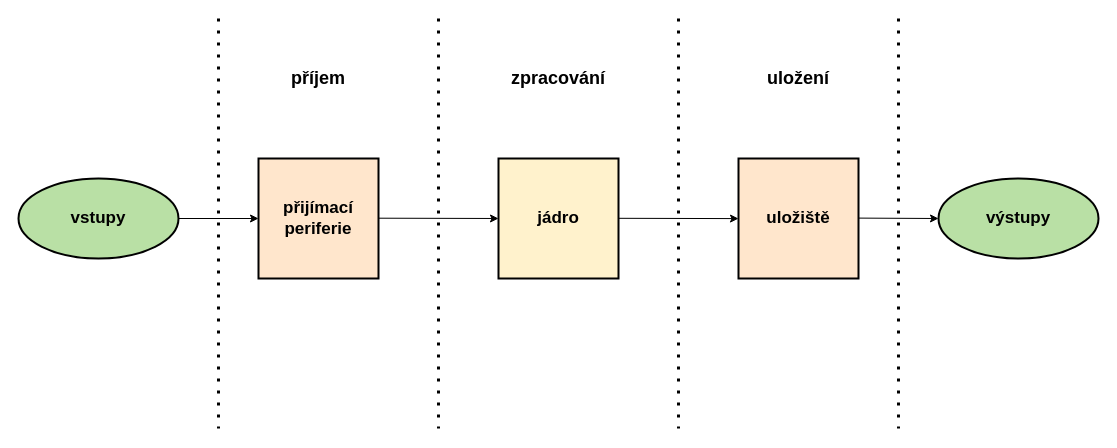
Above: diagrams/common_digital_datalogger_scheme/common_digital_datalogger_scheme.drawio in Doly02/thesis (draw.io), before the change. Source tidied: cells renumbered, new cells numbered last; positions are measured from the earlier drawing's top-left corner, leaving out a move shared by most shapes. Both pictures are drawn from the tidied source at 100%, with x=0, y=0 at pixel (18, 18).
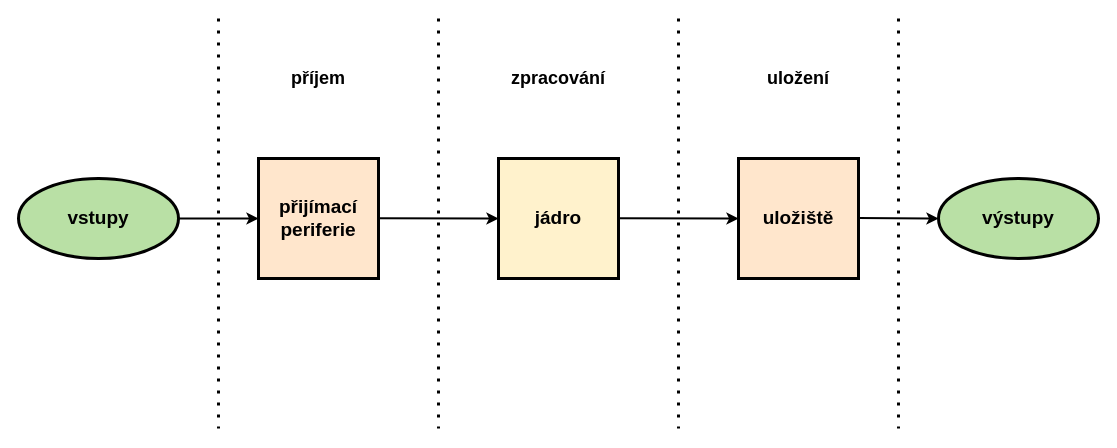
The same diagram, later.

What changed in the source:
```diff
@@
-    <mxCell id="2" style="ellipse;whiteSpace=wrap;html=1;fillColor=#B9E0A5;strokeColor=#000000;strokeWidth=2;" parent="1" vertex="1">
+    <mxCell id="2" style="ellipse;whiteSpace=wrap;html=1;fillColor=#B9E0A5;strokeColor=#000000;strokeWidth=3;" parent="1" vertex="1">
       <mxGeometry y="160" width="160" height="80" as="geometry" />
     </mxCell>
-    <mxCell id="3" value="&lt;font style=&quot;font-size: 17px;&quot;&gt;&lt;b style=&quot;&quot;&gt;vstupy&lt;/b&gt;&lt;/font&gt;" style="text;html=1;align=center;verticalAlign=middle;whiteSpace=wrap;rounded=0;" parent="1" vertex="1">
+    <mxCell id="3" value="&lt;font style=&quot;font-size: 19px;&quot;&gt;&lt;b style=&quot;&quot;&gt;vstupy&lt;/b&gt;&lt;/font&gt;" style="text;html=1;align=center;verticalAlign=middle;whiteSpace=wrap;rounded=0;" parent="1" vertex="1">
       <mxGeometry x="40" y="180" width="80" height="40" as="geometry" />
     </mxCell>
-    <mxCell id="4" style="rounded=0;whiteSpace=wrap;html=1;fillColor=#ffe6cc;strokeColor=#000000;strokeWidth=2;" parent="1" vertex="1">
+    <mxCell id="4" style="rounded=0;whiteSpace=wrap;html=1;fillColor=#ffe6cc;strokeColor=#000000;strokeWidth=3;" parent="1" vertex="1">
       <mxGeometry x="240" y="140" width="120" height="120" as="geometry" />
     </mxCell>
-    <mxCell id="5" value="&lt;b&gt;&lt;font style=&quot;font-size: 17px;&quot;&gt;přijímací&lt;/font&gt;&lt;/b&gt;&lt;div&gt;&lt;span style=&quot;background-color: transparent; color: light-dark(rgb(0, 0, 0), rgb(255, 255, 255));&quot;&gt;&lt;b&gt;&lt;font style=&quot;font-size: 17px;&quot;&gt;periferie&lt;/font&gt;&lt;/b&gt;&lt;/span&gt;&lt;/div&gt;" style="text;html=1;align=center;verticalAlign=middle;whiteSpace=wrap;rounded=0;" parent="1" vertex="1">
+    <mxCell id="5" value="&lt;b&gt;&lt;font style=&quot;font-size: 19px;&quot;&gt;přijímací&lt;/font&gt;&lt;/b&gt;&lt;div&gt;&lt;span style=&quot;background-color: transparent; color: light-dark(rgb(0, 0, 0), rgb(255, 255, 255));&quot;&gt;&lt;b&gt;&lt;font style=&quot;font-size: 19px;&quot;&gt;periferie&lt;/font&gt;&lt;/b&gt;&lt;/span&gt;&lt;/div&gt;" style="text;html=1;align=center;verticalAlign=middle;whiteSpace=wrap;rounded=0;" parent="1" vertex="1">
       <mxGeometry x="250" y="175" width="100" height="50" as="geometry" />
     </mxCell>
-    <mxCell id="6" style="rounded=0;whiteSpace=wrap;html=1;fillColor=#fff2cc;strokeColor=#000000;strokeWidth=2;" parent="1" vertex="1">
+    <mxCell id="6" style="rounded=0;whiteSpace=wrap;html=1;fillColor=#fff2cc;strokeColor=#000000;strokeWidth=3;" parent="1" vertex="1">
       <mxGeometry x="480" y="140" width="120" height="120" as="geometry" />
     </mxCell>
-    <mxCell id="7" value="&lt;font style=&quot;font-size: 17px;&quot;&gt;&lt;b style=&quot;&quot;&gt;jádro&lt;/b&gt;&lt;/font&gt;" style="text;html=1;align=center;verticalAlign=middle;whiteSpace=wrap;rounded=0;" parent="1" vertex="1">
+    <mxCell id="7" value="&lt;font style=&quot;font-size: 19px;&quot;&gt;&lt;b style=&quot;&quot;&gt;jádro&lt;/b&gt;&lt;/font&gt;" style="text;html=1;align=center;verticalAlign=middle;whiteSpace=wrap;rounded=0;" parent="1" vertex="1">
       <mxGeometry x="490" y="175" width="100" height="50" as="geometry" />
     </mxCell>
-    <mxCell id="8" style="endArrow=classic;html=1;rounded=0;entryX=0;entryY=0.5;entryDx=0;entryDy=0;" parent="1" edge="1" target="4">
+    <mxCell id="8" style="endArrow=classic;html=1;rounded=0;entryX=0;entryY=0.5;entryDx=0;entryDy=0;strokeWidth=2;" parent="1" edge="1" target="4">
       <mxGeometry relative="1" as="geometry">
         <mxPoint x="160" y="200" as="sourcePoint" />
       </mxGeometry>
     </mxCell>
-    <mxCell id="9" style="endArrow=classic;html=1;rounded=0;entryX=0;entryY=0.5;entryDx=0;entryDy=0;" parent="1" edge="1" target="6">
+    <mxCell id="9" style="endArrow=classic;html=1;rounded=0;entryX=0;entryY=0.5;entryDx=0;entryDy=0;strokeWidth=2;" parent="1" edge="1" target="6">
       <mxGeometry relative="1" as="geometry">
         <mxPoint x="360" y="199.7" as="sourcePoint" />
       </mxGeometry>
     </mxCell>
-    <mxCell id="10" style="rounded=0;whiteSpace=wrap;html=1;fillColor=#ffe6cc;strokeColor=#000000;strokeWidth=2;" parent="1" vertex="1">
+    <mxCell id="10" style="rounded=0;whiteSpace=wrap;html=1;fillColor=#ffe6cc;strokeColor=#000000;strokeWidth=3;" parent="1" vertex="1">
       <mxGeometry x="720" y="140" width="120" height="120" as="geometry" />
     </mxCell>
-    <mxCell id="11" value="&lt;font style=&quot;font-size: 17px;&quot;&gt;&lt;b style=&quot;&quot;&gt;uložiště&lt;/b&gt;&lt;/font&gt;" style="text;html=1;align=center;verticalAlign=middle;whiteSpace=wrap;rounded=0;" parent="1" vertex="1">
+    <mxCell id="11" value="&lt;font style=&quot;font-size: 19px;&quot;&gt;&lt;b style=&quot;&quot;&gt;uložiště&lt;/b&gt;&lt;/font&gt;" style="text;html=1;align=center;verticalAlign=middle;whiteSpace=wrap;rounded=0;" parent="1" vertex="1">
       <mxGeometry x="730" y="175" width="100" height="50" as="geometry" />
     </mxCell>
-    <mxCell id="12" style="endArrow=classic;html=1;rounded=0;entryX=0;entryY=0.5;entryDx=0;entryDy=0;" parent="1" edge="1">
+    <mxCell id="12" style="endArrow=classic;html=1;rounded=0;entryX=0;entryY=0.5;entryDx=0;entryDy=0;strokeWidth=2;" parent="1" edge="1">
       <mxGeometry relative="1" as="geometry">
         <mxPoint x="600" y="199.8" as="sourcePoint" />
         <mxPoint x="720" y="200.1" as="targetPoint" />
       </mxGeometry>
     </mxCell>
@@
-    <mxCell id="16" style="ellipse;whiteSpace=wrap;html=1;fillColor=#B9E0A5;strokeColor=#000000;strokeWidth=2;" parent="1" vertex="1">
+    <mxCell id="16" style="ellipse;whiteSpace=wrap;html=1;fillColor=#B9E0A5;strokeColor=#000000;strokeWidth=3;" parent="1" vertex="1">
       <mxGeometry x="920" y="160" width="160" height="80" as="geometry" />
     </mxCell>
-    <mxCell id="17" style="endArrow=classic;html=1;rounded=0;" parent="1" edge="1">
+    <mxCell id="17" style="endArrow=classic;html=1;rounded=0;strokeWidth=2;" parent="1" edge="1">
       <mxGeometry relative="1" as="geometry">
         <mxPoint x="840" y="199.6" as="sourcePoint" />
         <mxPoint x="920" y="200" as="targetPoint" />
       </mxGeometry>
     </mxCell>
-    <mxCell id="18" value="&lt;font style=&quot;font-size: 17px;&quot;&gt;&lt;b style=&quot;&quot;&gt;výstupy&lt;/b&gt;&lt;/font&gt;" style="text;html=1;align=center;verticalAlign=middle;whiteSpace=wrap;rounded=0;" parent="1" vertex="1">
+    <mxCell id="18" value="&lt;font style=&quot;font-size: 19px;&quot;&gt;&lt;b style=&quot;&quot;&gt;výstupy&lt;/b&gt;&lt;/font&gt;" style="text;html=1;align=center;verticalAlign=middle;whiteSpace=wrap;rounded=0;" parent="1" vertex="1">
       <mxGeometry x="960" y="180" width="80" height="40" as="geometry" />
     </mxCell>
```
